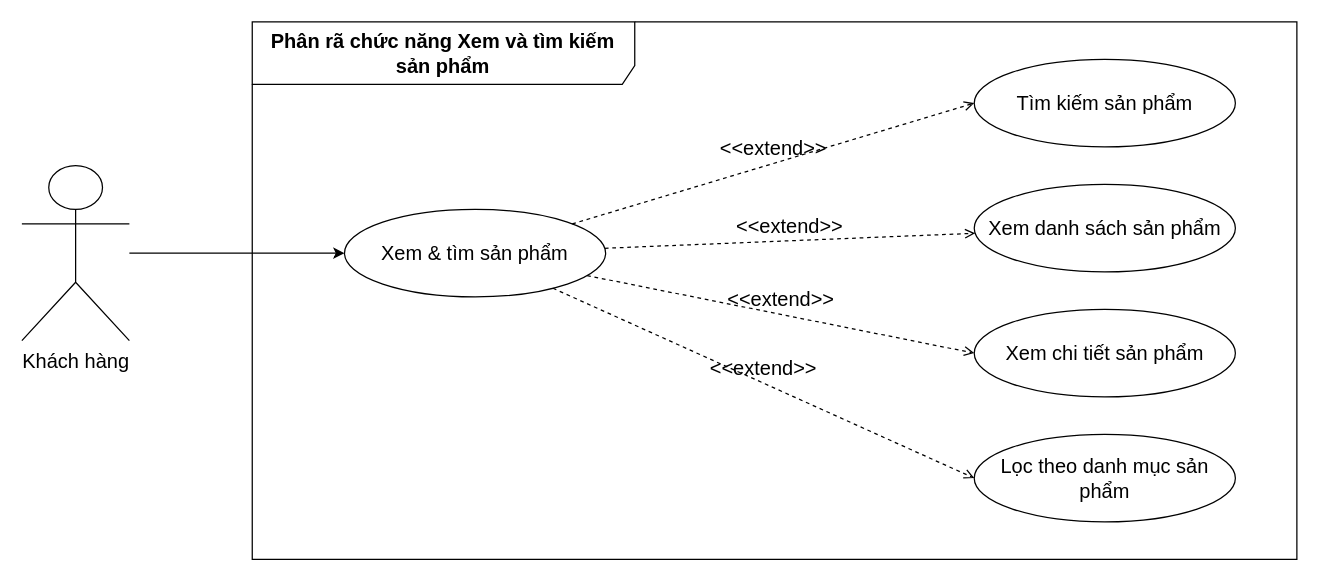
Earlier version of the draw.io diagram page "UC_xem&Tìm kiếm" (3 of 11) of erd.drawio (CuongNY01/Website_QL_CuaHangQuanAo). Source tidied: cells renumbered, new cells numbered last; positions are measured from the earlier drawing's top-left corner, leaving out a move shared by most shapes. Both pictures are drawn from the tidied source at 125%, with x=0, y=0 at pixel (21, 21).
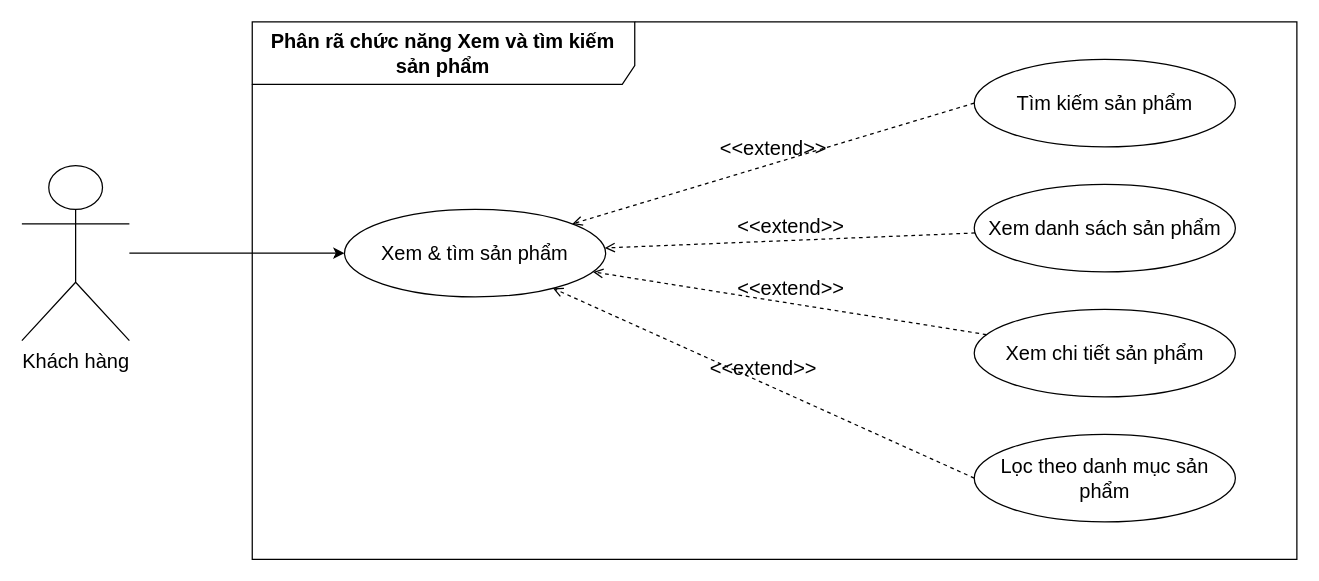
The same diagram, later.

The edit, as a diff of the source:
```diff
@@
 <mxGraphModel>
   <root>
     <mxCell id="0" />
     <mxCell id="1" parent="0" />
-    <mxCell id="2" style="group;" parent="1" vertex="1">
-      <mxGeometry width="1020" height="430" as="geometry" />
-    </mxCell>
-    <mxCell id="3" style="edgeStyle=none;shape=connector;rounded=1;jettySize=auto;html=1;strokeColor=default;align=center;verticalAlign=middle;fontFamily=Helvetica;fontSize=16;fontColor=default;labelBackgroundColor=default;defaultLabelBackgroundColor=page;endArrow=classic;" parent="2" edge="1" source="4" target="5">
+    <mxCell id="3" style="edgeStyle=none;shape=connector;rounded=1;jettySize=auto;html=1;strokeColor=default;align=center;verticalAlign=middle;fontFamily=Helvetica;fontSize=16;fontColor=default;labelBackgroundColor=default;defaultLabelBackgroundColor=page;endArrow=classic;" parent="1" edge="1" source="4" target="5">
       <mxGeometry relative="1" as="geometry" />
     </mxCell>
-    <mxCell id="4" value="Khách hàng" style="shape=umlActor;verticalLabelPosition=bottom;verticalAlign=top;html=1;labelPerimeter=1;fontSize=16;" parent="2" vertex="1">
+    <mxCell id="4" value="Khách hàng" style="shape=umlActor;verticalLabelPosition=bottom;verticalAlign=top;html=1;labelPerimeter=1;fontSize=16;" parent="1" vertex="1">
       <mxGeometry y="115" width="86" height="140" as="geometry" />
     </mxCell>
-    <mxCell id="5" value="Xem &amp;amp; tìm sản phẩm" style="ellipse;whiteSpace=wrap;html=1;fontSize=16;" parent="2" vertex="1">
+    <mxCell id="5" value="Xem &amp;amp; tìm sản phẩm" style="ellipse;whiteSpace=wrap;html=1;fontSize=16;" parent="1" vertex="1">
       <mxGeometry x="258.1" y="150" width="208.9" height="70" as="geometry" />
     </mxCell>
-    <mxCell id="6" value="Tìm kiếm sản phẩm" style="ellipse;whiteSpace=wrap;html=1;fontSize=16;" parent="2" vertex="1">
+    <mxCell id="6" value="Tìm kiếm sản phẩm" style="ellipse;whiteSpace=wrap;html=1;fontSize=16;" parent="1" vertex="1">
       <mxGeometry x="761.9" y="30" width="208.9" height="70" as="geometry" />
     </mxCell>
-    <mxCell id="7" value="Xem danh sách sản phẩm" style="ellipse;whiteSpace=wrap;html=1;fontSize=16;" parent="2" vertex="1">
+    <mxCell id="7" value="Xem danh sách sản phẩm" style="ellipse;whiteSpace=wrap;html=1;fontSize=16;" parent="1" vertex="1">
       <mxGeometry x="761.9" y="130" width="208.9" height="70" as="geometry" />
     </mxCell>
-    <mxCell id="8" value="Xem chi tiết sản phẩm" style="ellipse;whiteSpace=wrap;html=1;fontSize=16;" parent="2" vertex="1">
+    <mxCell id="8" value="Xem chi tiết sản phẩm" style="ellipse;whiteSpace=wrap;html=1;fontSize=16;" parent="1" vertex="1">
       <mxGeometry x="761.9" y="230" width="208.9" height="70" as="geometry" />
     </mxCell>
-    <mxCell id="9" value="Lọc theo danh mục sản phẩm" style="ellipse;whiteSpace=wrap;html=1;fontSize=16;" parent="2" vertex="1">
+    <mxCell id="9" value="Lọc theo danh mục sản phẩm" style="ellipse;whiteSpace=wrap;html=1;fontSize=16;" parent="1" vertex="1">
       <mxGeometry x="761.9" y="330" width="208.9" height="70" as="geometry" />
     </mxCell>
-    <mxCell id="10" value="&lt;b&gt;Phân rã chức năng Xem và tìm kiếm sản phẩm&lt;/b&gt;" style="shape=umlFrame;whiteSpace=wrap;html=1;width=306;height=50;fontSize=16;" parent="2" vertex="1">
+    <mxCell id="10" value="&lt;b&gt;Phân rã chức năng Xem và tìm kiếm sản phẩm&lt;/b&gt;" style="shape=umlFrame;whiteSpace=wrap;html=1;width=306;height=50;fontSize=16;" parent="1" vertex="1">
       <mxGeometry x="184.3" width="835.7" height="430" as="geometry" />
     </mxCell>
-    <mxCell id="11" value="&amp;lt;&amp;lt;extend&amp;gt;&amp;gt;" style="html=1;verticalAlign=bottom;labelBackgroundColor=none;endArrow=open;endFill=0;dashed=1;rounded=1;strokeColor=default;align=center;fontFamily=Helvetica;fontSize=16;fontColor=default;defaultLabelBackgroundColor=page;entryX=0;entryY=0.5;entryDx=0;entryDy=0;" parent="2" edge="1" source="5" target="6">
+    <mxCell id="11" value="&amp;lt;&amp;lt;extend&amp;gt;&amp;gt;" style="html=1;verticalAlign=bottom;labelBackgroundColor=none;endArrow=open;endFill=0;dashed=1;rounded=1;strokeColor=default;align=center;fontFamily=Helvetica;fontSize=16;fontColor=default;defaultLabelBackgroundColor=page;exitX=0;exitY=0.5;exitDx=0;exitDy=0;" parent="1" edge="1" source="6" target="5">
       <mxGeometry relative="1" as="geometry" />
     </mxCell>
-    <mxCell id="12" value="&amp;lt;&amp;lt;extend&amp;gt;&amp;gt;" style="html=1;verticalAlign=bottom;labelBackgroundColor=none;endArrow=open;endFill=0;dashed=1;rounded=1;strokeColor=default;align=center;fontFamily=Helvetica;fontSize=16;fontColor=default;defaultLabelBackgroundColor=page;" parent="2" edge="1" source="5" target="7">
+    <mxCell id="12" value="&amp;lt;&amp;lt;extend&amp;gt;&amp;gt;" style="html=1;verticalAlign=bottom;labelBackgroundColor=none;endArrow=open;endFill=0;dashed=1;rounded=1;strokeColor=default;align=center;fontFamily=Helvetica;fontSize=16;fontColor=default;defaultLabelBackgroundColor=page;" parent="1" edge="1" source="7" target="5">
       <mxGeometry relative="1" as="geometry" />
     </mxCell>
-    <mxCell id="13" value="&amp;lt;&amp;lt;extend&amp;gt;&amp;gt;" style="html=1;verticalAlign=bottom;labelBackgroundColor=none;endArrow=open;endFill=0;dashed=1;rounded=1;strokeColor=default;align=center;fontFamily=Helvetica;fontSize=16;fontColor=default;defaultLabelBackgroundColor=page;entryX=0;entryY=0.5;entryDx=0;entryDy=0;" parent="2" edge="1" source="5" target="8">
+    <mxCell id="13" value="&amp;lt;&amp;lt;extend&amp;gt;&amp;gt;" style="html=1;verticalAlign=bottom;labelBackgroundColor=none;endArrow=open;endFill=0;dashed=1;rounded=1;strokeColor=default;align=center;fontFamily=Helvetica;fontSize=16;fontColor=default;defaultLabelBackgroundColor=page;" parent="1" edge="1" source="8" target="5">
       <mxGeometry relative="1" as="geometry" />
     </mxCell>
-    <mxCell id="14" value="&amp;lt;&amp;lt;extend&amp;gt;&amp;gt;" style="html=1;verticalAlign=bottom;labelBackgroundColor=none;endArrow=open;endFill=0;dashed=1;rounded=1;strokeColor=default;align=center;fontFamily=Helvetica;fontSize=16;fontColor=default;defaultLabelBackgroundColor=page;entryX=0;entryY=0.5;entryDx=0;entryDy=0;" parent="2" edge="1" source="5" target="9">
+    <mxCell id="14" value="&amp;lt;&amp;lt;extend&amp;gt;&amp;gt;" style="html=1;verticalAlign=bottom;labelBackgroundColor=none;endArrow=open;endFill=0;dashed=1;rounded=1;strokeColor=default;align=center;fontFamily=Helvetica;fontSize=16;fontColor=default;defaultLabelBackgroundColor=page;exitX=0;exitY=0.5;exitDx=0;exitDy=0;" parent="1" edge="1" source="9" target="5">
       <mxGeometry relative="1" as="geometry" />
     </mxCell>
   </root>
 </mxGraphModel>
```
